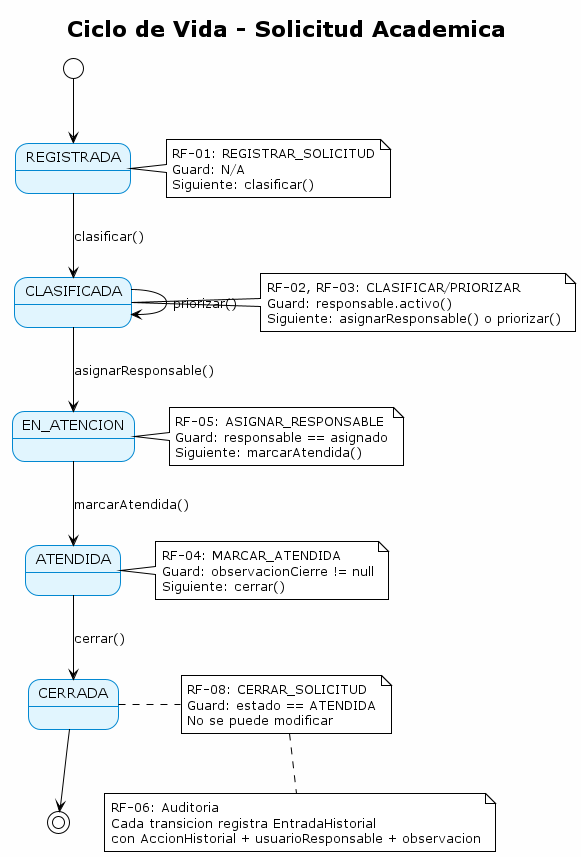
chaos086/backend-proyecto-sistemaPQRS keeps this PlantUML diagram as proyecto/docs/diagramas/arquitectura/A3_estados_solicitud.png. Above is the earlier version.
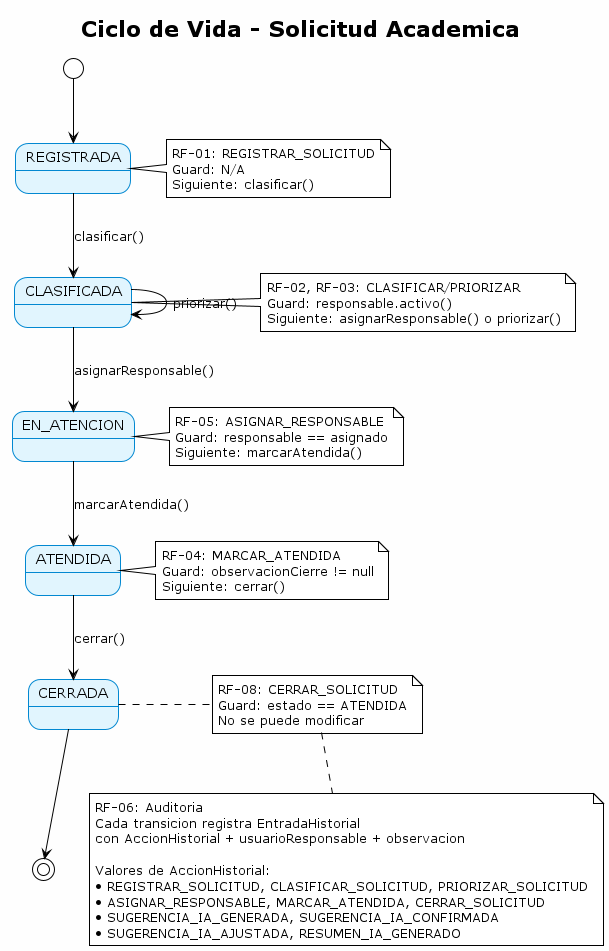
The same diagram one commit later.

Commit message:
Diagramas corregidos (se agrego el diseño de IA)

What changed in the source:
```diff
@@ -60,6 +60,12 @@
   RF-06: Auditoria
   Cada transicion registra EntradaHistorial
   con AccionHistorial + usuarioResponsable + observacion
+
+  Valores de AccionHistorial:
+  • REGISTRAR_SOLICITUD, CLASIFICAR_SOLICITUD, PRIORIZAR_SOLICITUD
+  • ASIGNAR_RESPONSABLE, MARCAR_ATENDIDA, CERRAR_SOLICITUD
+  • SUGERENCIA_IA_GENERADA, SUGERENCIA_IA_CONFIRMADA
+  • SUGERENCIA_IA_AJUSTADA, RESUMEN_IA_GENERADO
 end note
 
 @enduml
```
